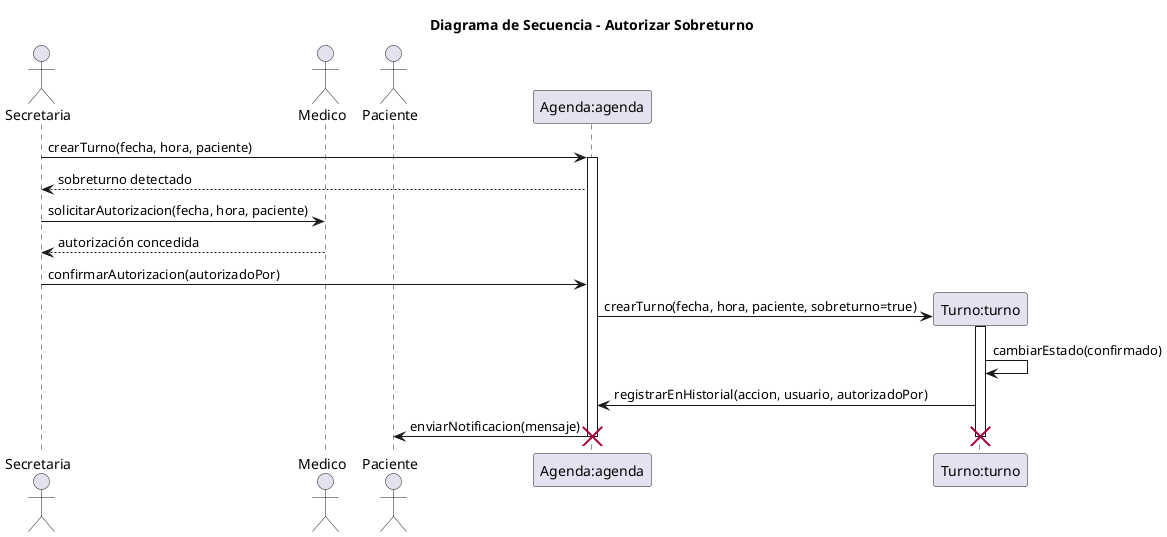
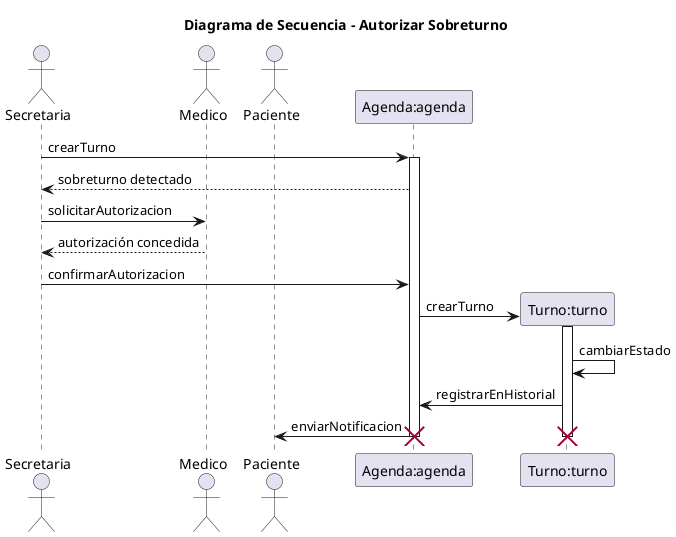
@startuml 05-secuencia-autorizar-sobreturno-05

title Diagrama de Secuencia - Autorizar Sobreturno

' Nombre del escenario: Autorizar Sobreturno - Flujo Principal
' Objetivo:
' Representar la autorización de un sobreturno por el médico,
' involucrando secretaria, médico, paciente y sistema.

actor Secretaria as secretaria
actor Medico as medico
actor Paciente as paciente

participant "Agenda:agenda" as agenda
participant "Turno:turno" as turno

- secretaria -> agenda: crearTurno(fecha, hora, paciente)
+ secretaria -> agenda: crearTurno
activate agenda

agenda --> secretaria: sobreturno detectado

- secretaria -> medico: solicitarAutorizacion(fecha, hora, paciente)
+ secretaria -> medico: solicitarAutorizacion
medico --> secretaria: autorización concedida

- secretaria -> agenda: confirmarAutorizacion(autorizadoPor)
+ secretaria -> agenda: confirmarAutorizacion

create turno
- agenda -> turno: crearTurno(fecha, hora, paciente, sobreturno=true)
+ agenda -> turno: crearTurno
activate turno

- turno -> turno: cambiarEstado(confirmado)
+ turno -> turno: cambiarEstado

- turno -> agenda: registrarEnHistorial(accion, usuario, autorizadoPor)
+ turno -> agenda: registrarEnHistorial

- agenda -> paciente: enviarNotificacion(mensaje)
+ agenda -> paciente: enviarNotificacion

deactivate turno
deactivate agenda

destroy turno
destroy agenda

@enduml